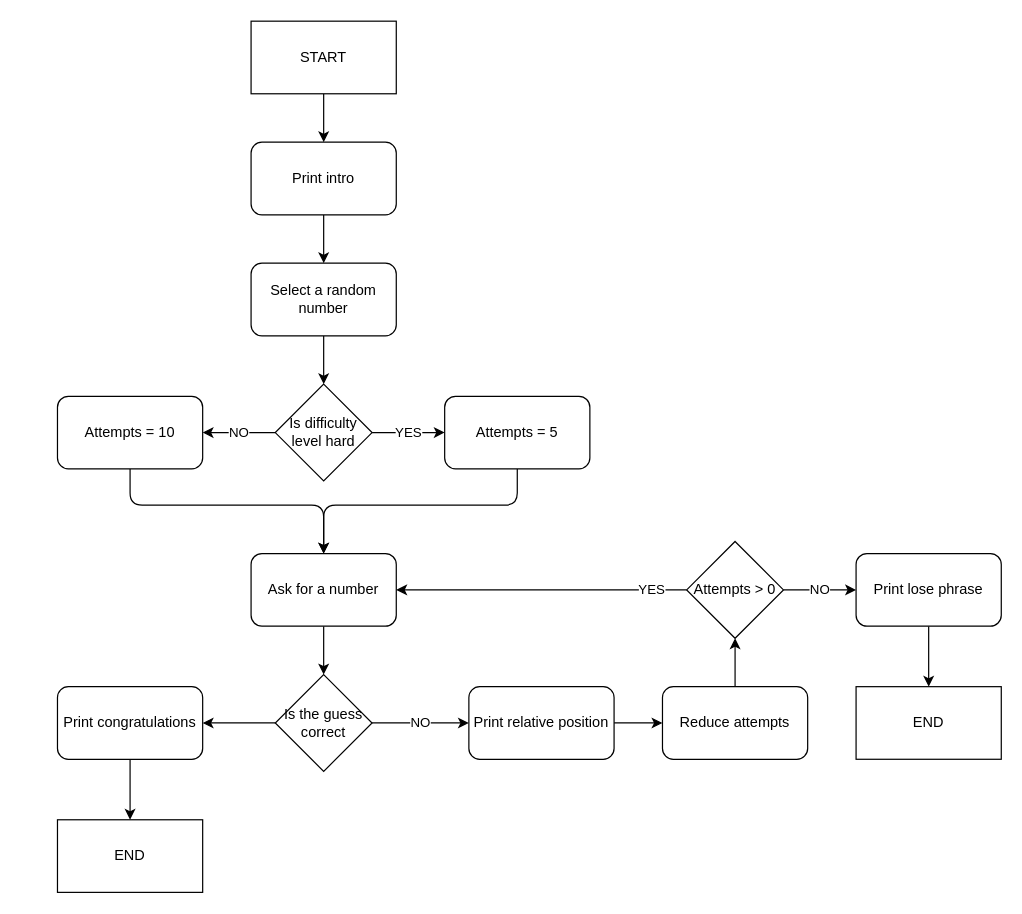
Above: Beginner/Day_012_NumberGuesserGame_flowchart.drawio in Cryo98/CRS006_UdemyPythonBootcamp2023 (draw.io), before the change. Source tidied: cells renumbered, new cells numbered last; positions are measured from the earlier drawing's top-left corner, leaving out a move shared by most shapes. Both pictures are drawn from the tidied source at 121%, with x=0, y=0 at pixel (57, 21).
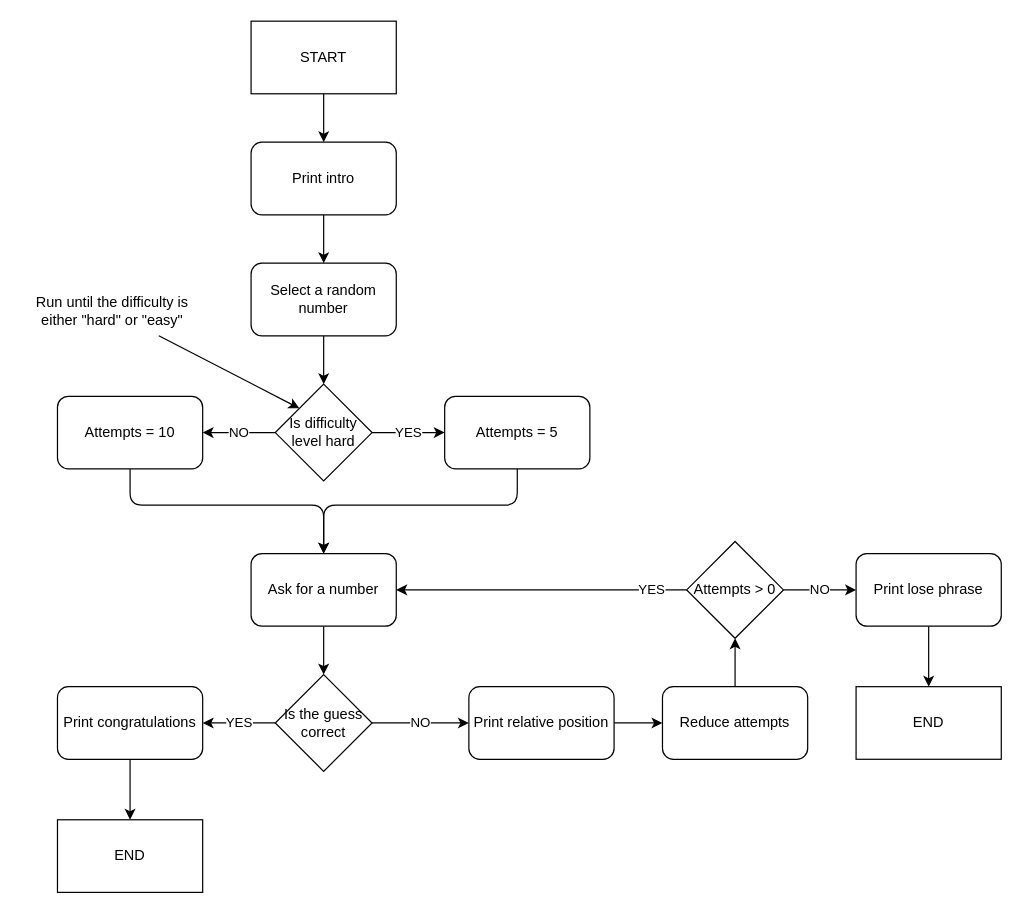
After the change.

The change refers to these unchanged cells:
```xml
<mxCell id="10" value="Is difficulty level hard" style="rhombus;whiteSpace=wrap;html=1;" parent="1" vertex="1">
  <mxGeometry x="180" y="300" width="80" height="80" as="geometry" />
</mxCell>
<mxCell id="19" value="Is the guess correct" style="rhombus;whiteSpace=wrap;html=1;" parent="1" vertex="1">
  <mxGeometry x="180" y="540" width="80" height="80" as="geometry" />
</mxCell>
<mxCell id="25" value="Print congratulations" style="rounded=1;whiteSpace=wrap;html=1;" parent="1" vertex="1">
  <mxGeometry y="550" width="120" height="60" as="geometry" />
</mxCell>
```

The edit, as a diff of the source:
```diff
@@
-    <mxCell id="18" style="edgeStyle=none;html=1;" parent="1" edge="1" source="19" target="25">
+    <mxCell id="18" value="YES" style="edgeStyle=none;html=1;" parent="1" edge="1" source="19" target="25">
       <mxGeometry relative="1" as="geometry" />
     </mxCell>
@@
+    <mxCell id="33" style="edgeStyle=none;html=1;entryX=0;entryY=0;entryDx=0;entryDy=0;" parent="1" edge="1" source="34" target="10">
+      <mxGeometry relative="1" as="geometry" />
+    </mxCell>
+    <mxCell id="34" value="Run until the difficulty is&lt;br&gt;either &quot;hard&quot; or &quot;easy&quot;" style="text;html=1;align=center;verticalAlign=middle;points=[];strokeColor=none;fillColor=none;" parent="1" vertex="1">
+      <mxGeometry x="-30" y="220" width="150" height="40" as="geometry" />
+    </mxCell>
```
